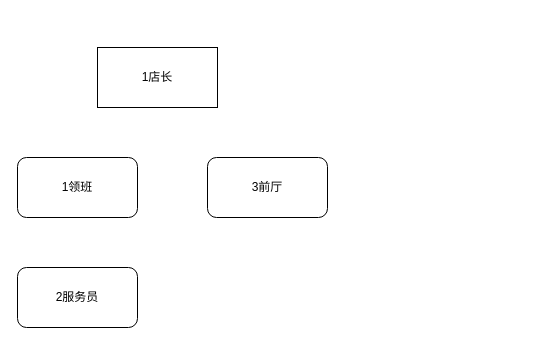
The draw.io diagram xzzh/阅漫酒店情况.drawio in daniel-7d/draw, before the edit. Source tidied: cells renumbered, new cells numbered last; positions are measured from the earlier drawing's top-left corner, leaving out a move shared by most shapes. Both pictures are drawn from the tidied source at 100%, with x=0, y=0 at pixel (17, 47).
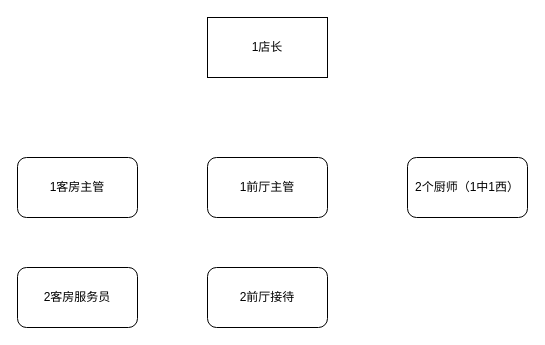
The same page after the edit.

Commit message (it also covers changes not shown here):
更新阅漫酒店情况.drawio

Diff of the diagram source:
```diff
@@
 <mxGraphModel>
   <root>
     <mxCell id="0" />
     <mxCell id="1" parent="0" />
     <mxCell id="2" value="1店长" style="rounded=0;whiteSpace=wrap;html=1;" parent="1" vertex="1">
-      <mxGeometry x="80" width="120" height="60" as="geometry" />
+      <mxGeometry x="190" y="-30" width="120" height="60" as="geometry" />
     </mxCell>
-    <mxCell id="3" value="2服务员" style="rounded=1;whiteSpace=wrap;html=1;" parent="1" vertex="1">
+    <mxCell id="3" value="2客房服务员" style="rounded=1;whiteSpace=wrap;html=1;" parent="1" vertex="1">
       <mxGeometry y="220" width="120" height="60" as="geometry" />
     </mxCell>
-    <mxCell id="4" value="1领班" style="rounded=1;whiteSpace=wrap;html=1;" parent="1" vertex="1">
+    <mxCell id="4" value="1客房主管" style="rounded=1;whiteSpace=wrap;html=1;" parent="1" vertex="1">
       <mxGeometry y="110" width="120" height="60" as="geometry" />
     </mxCell>
-    <mxCell id="5" value="3前厅" style="rounded=1;whiteSpace=wrap;html=1;" parent="1" vertex="1">
+    <mxCell id="5" value="1前厅主管" style="rounded=1;whiteSpace=wrap;html=1;" parent="1" vertex="1">
       <mxGeometry x="190" y="110" width="120" height="60" as="geometry" />
     </mxCell>
+    <mxCell id="6" value="2前厅接待" style="rounded=1;whiteSpace=wrap;html=1;" parent="1" vertex="1">
+      <mxGeometry x="190" y="220" width="120" height="60" as="geometry" />
+    </mxCell>
+    <mxCell id="7" value="2个厨师（1中1西）" style="rounded=1;whiteSpace=wrap;html=1;" parent="1" vertex="1">
+      <mxGeometry x="390" y="110" width="120" height="60" as="geometry" />
+    </mxCell>
   </root>
 </mxGraphModel>
```
